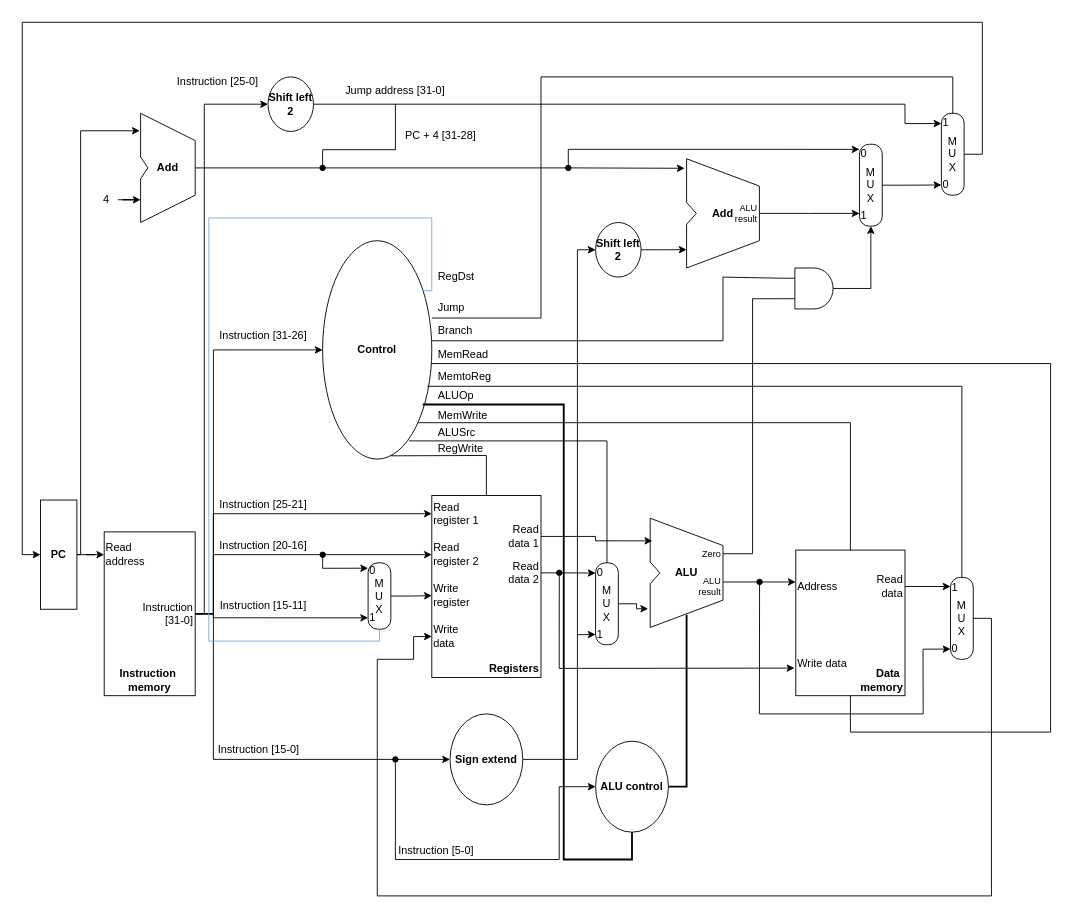
The draw.io diagram assets/Datapath.drawio in HokkeBokke/MIPS-Simulator, before the edit. Source tidied: cells renumbered, new cells numbered last; positions are measured from the earlier drawing's top-left corner, leaving out a move shared by most shapes. Both pictures are drawn from the tidied source at 91%, with x=0, y=0 at pixel (22, 22).
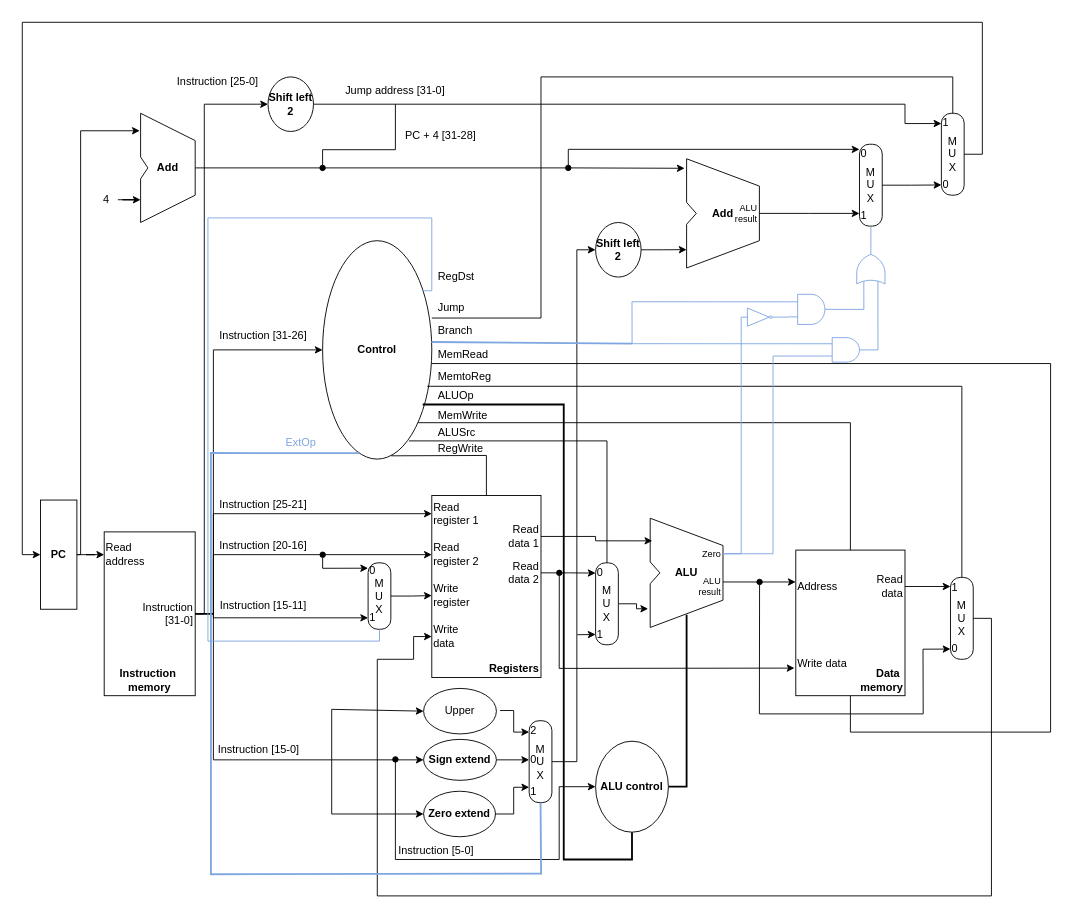
The same diagram, later.

The change refers to these unchanged cells:
```xml
<mxCell id="2" value="&lt;b&gt;Control&lt;/b&gt;" style="ellipse;whiteSpace=wrap;html=1;shapeInside=1;strokeColor=light-dark(#000000,#66B2FF);" parent="1" vertex="1">
  <mxGeometry x="330" y="240" width="120" height="240" as="geometry" />
</mxCell>
<mxCell id="24" value="&lt;font style=&quot;font-size: 10px;&quot;&gt;Zero&lt;/font&gt;" style="text;html=1;whiteSpace=wrap;strokeColor=none;fillColor=none;align=right;verticalAlign=middle;rounded=0;" parent="21" vertex="1">
  <mxGeometry x="20" y="24" width="60" height="30" as="geometry" />
</mxCell>
<mxCell id="52" value="&lt;div style=&quot;&quot;&gt;&lt;span style=&quot;background-color: transparent; color: light-dark(rgb(0, 0, 0), rgb(255, 255, 255));&quot;&gt;M&lt;/span&gt;&lt;/div&gt;&lt;div style=&quot;&quot;&gt;&lt;span style=&quot;background-color: transparent; color: light-dark(rgb(0, 0, 0), rgb(255, 255, 255));&quot;&gt;U&lt;/span&gt;&lt;/div&gt;&lt;div style=&quot;&quot;&gt;&lt;span style=&quot;background-color: transparent; color: light-dark(rgb(0, 0, 0), rgb(255, 255, 255));&quot;&gt;X&lt;/span&gt;&lt;/div&gt;" style="rounded=1;whiteSpace=wrap;html=1;arcSize=43;align=center;" parent="51" vertex="1">
  <mxGeometry width="25" height="73" as="geometry" />
</mxCell>
<mxCell id="75" value="&lt;b&gt;Shift left 2&lt;/b&gt;" style="ellipse;whiteSpace=wrap;html=1;shapeInside=1;" parent="1" vertex="1">
  <mxGeometry x="630" y="220" width="50" height="60" as="geometry" />
</mxCell>
<mxCell id="82" value="&lt;div style=&quot;&quot;&gt;&lt;span style=&quot;background-color: transparent; color: light-dark(rgb(0, 0, 0), rgb(255, 255, 255));&quot;&gt;M&lt;/span&gt;&lt;/div&gt;&lt;div style=&quot;&quot;&gt;&lt;span style=&quot;background-color: transparent; color: light-dark(rgb(0, 0, 0), rgb(255, 255, 255));&quot;&gt;U&lt;/span&gt;&lt;/div&gt;&lt;div style=&quot;&quot;&gt;&lt;span style=&quot;background-color: transparent; color: light-dark(rgb(0, 0, 0), rgb(255, 255, 255));&quot;&gt;X&lt;/span&gt;&lt;/div&gt;" style="rounded=1;whiteSpace=wrap;html=1;arcSize=43;align=center;" parent="81" vertex="1">
  <mxGeometry width="25" height="90" as="geometry" />
</mxCell>
```

Diff of the diagram source:
```diff
@@
-    <mxCell id="58" style="edgeStyle=orthogonalEdgeStyle;rounded=0;jettySize=auto;html=1;exitX=1;exitY=0.5;exitDx=0;exitDy=0;entryX=0;entryY=0.5;entryDx=0;entryDy=0;" parent="1" edge="1" source="59" target="75">
+    <mxCell id="58" style="edgeStyle=orthogonalEdgeStyle;rounded=0;jettySize=auto;html=1;entryX=0;entryY=0.5;entryDx=0;entryDy=0;exitX=1;exitY=0.5;exitDx=0;exitDy=0;" parent="1" edge="1" source="118" target="75">
       <mxGeometry relative="1" as="geometry">
         <Array as="points">
-          <mxPoint x="610" y="810" />
-          <mxPoint x="610" y="250" />
+          <mxPoint x="609.4" y="812.5" />
+          <mxPoint x="609.4" y="250" />
         </Array>
       </mxGeometry>
     </mxCell>
+    <mxCell id="116" style="edgeStyle=orthogonalEdgeStyle;rounded=0;jettySize=auto;html=1;exitX=1;exitY=0.5;exitDx=0;exitDy=0;entryX=0;entryY=0.5;entryDx=0;entryDy=0;" parent="1" edge="1" source="59" target="121">
+      <mxGeometry relative="1" as="geometry" />
+    </mxCell>
     <mxCell id="59" value="&lt;b&gt;Sign extend&lt;/b&gt;" style="ellipse;whiteSpace=wrap;html=1;shapeInside=1;" parent="1" vertex="1">
-      <mxGeometry x="470" y="760" width="80" height="100" as="geometry" />
+      <mxGeometry x="441" y="788" width="80" height="45" as="geometry" />
     </mxCell>
@@
-    <mxCell id="110" style="endArrow=none;html=1;rounded=0;strokeColor=light-dark(#000000,#7EA6E0);entryX=0;entryY=0.25;entryDx=0;entryDy=0;entryPerimeter=0;endFill=0;" parent="1" edge="1" target="113">
-      <mxGeometry relative="1" as="geometry">
-        <mxPoint x="450" y="350" as="sourcePoint" />
-        <Array as="points">
-          <mxPoint x="770" y="350" />
-          <mxPoint x="770" y="280" />
-        </Array>
-      </mxGeometry>
-    </mxCell>
@@
-    <mxCell id="112" style="edgeStyle=orthogonalEdgeStyle;rounded=0;jettySize=auto;html=1;exitX=1;exitY=0.5;exitDx=0;exitDy=0;exitPerimeter=0;entryX=0.5;entryY=1;entryDx=0;entryDy=0;strokeColor=light-dark(#000000,#7EA6E0);" parent="1" edge="1" source="113" target="82">
-      <mxGeometry relative="1" as="geometry" />
-    </mxCell>
-    <mxCell id="113" style="verticalLabelPosition=bottom;shadow=0;dashed=0;align=center;html=1;verticalAlign=top;shape=mxgraph.electrical.logic_gates.logic_gate;operation=and;strokeColor=light-dark(#000000,#7EA6E0);" parent="1" vertex="1">
-      <mxGeometry x="835" y="270" width="70" height="45" as="geometry" />
-    </mxCell>
-    <mxCell id="114" style="edgeStyle=orthogonalEdgeStyle;rounded=0;jettySize=auto;html=1;exitX=1;exitY=0.5;exitDx=0;exitDy=0;entryX=0;entryY=0.75;entryDx=0;entryDy=0;entryPerimeter=0;strokeColor=light-dark(#000000,#7EA6E0);endArrow=none;endFill=0;" parent="1" edge="1" source="24" target="113">
-      <mxGeometry relative="1" as="geometry" />
-    </mxCell>
     <mxCell id="115" style="endArrow=none;html=1;rounded=0;entryX=0.5;entryY=1;entryDx=0;entryDy=0;endFill=0;strokeColor=light-dark(#7EA6E0,#7EA6E0);" parent="1" edge="1" target="52">
       <mxGeometry relative="1" as="geometry">
         <mxPoint x="440" y="295" as="sourcePoint" />
         <Array as="points">
           <mxPoint x="450" y="295" />
           <mxPoint x="450" y="215" />
-          <mxPoint x="205" y="215" />
-          <mxPoint x="205" y="680" />
+          <mxPoint x="204" y="215" />
+          <mxPoint x="204" y="680" />
           <mxPoint x="295" y="680" />
           <mxPoint x="392.5" y="680" />
         </Array>
       </mxGeometry>
     </mxCell>
+    <mxCell id="117" style="group;" parent="1" vertex="1">
+      <mxGeometry x="557" y="767.5" width="25" height="86" as="geometry" />
+    </mxCell>
+    <mxCell id="118" value="&lt;div style=&quot;&quot;&gt;&lt;span style=&quot;background-color: transparent; color: light-dark(rgb(0, 0, 0), rgb(255, 255, 255));&quot;&gt;M&lt;/span&gt;&lt;/div&gt;&lt;div style=&quot;&quot;&gt;&lt;span style=&quot;background-color: transparent; color: light-dark(rgb(0, 0, 0), rgb(255, 255, 255));&quot;&gt;U&lt;/span&gt;&lt;/div&gt;&lt;div style=&quot;&quot;&gt;&lt;span style=&quot;background-color: transparent; color: light-dark(rgb(0, 0, 0), rgb(255, 255, 255));&quot;&gt;X&lt;/span&gt;&lt;/div&gt;" style="rounded=1;whiteSpace=wrap;html=1;arcSize=43;align=center;" parent="117" vertex="1">
+      <mxGeometry width="25" height="90" as="geometry" />
+    </mxCell>
+    <mxCell id="119" value="1" style="text;html=1;whiteSpace=wrap;strokeColor=none;fillColor=none;align=center;verticalAlign=middle;rounded=0;" parent="117" vertex="1">
+      <mxGeometry y="67.5" width="10" height="22.5" as="geometry" />
+    </mxCell>
+    <mxCell id="120" value="2" style="text;html=1;whiteSpace=wrap;strokeColor=none;fillColor=none;align=center;verticalAlign=middle;rounded=0;" parent="117" vertex="1">
+      <mxGeometry width="10" height="22.5" as="geometry" />
+    </mxCell>
+    <mxCell id="121" value="0" style="text;html=1;whiteSpace=wrap;strokeColor=none;fillColor=none;align=center;verticalAlign=middle;rounded=0;" parent="117" vertex="1">
+      <mxGeometry y="34.4" width="10" height="17.3" as="geometry" />
+    </mxCell>
+    <mxCell id="122" style="endArrow=classic;html=1;rounded=0;entryX=0;entryY=0.5;entryDx=0;entryDy=0;" parent="1" edge="1" target="125">
+      <mxGeometry relative="1" as="geometry">
+        <mxPoint x="340" y="810" as="sourcePoint" />
+        <Array as="points">
+          <mxPoint x="340" y="870" />
+        </Array>
+      </mxGeometry>
+    </mxCell>
+    <mxCell id="123" value="ExtOp" style="text;html=1;whiteSpace=wrap;strokeColor=none;fillColor=none;align=right;verticalAlign=middle;rounded=0;fontColor=light-dark(#7EA6E0,#7EA6E0);" parent="1" vertex="1">
+      <mxGeometry x="265" y="453" width="60" height="17.3" as="geometry" />
+    </mxCell>
+    <mxCell id="124" style="endArrow=none;html=1;rounded=0;entryX=0.5;entryY=1;entryDx=0;entryDy=0;strokeColor=light-dark(#7EA6E0,#7EA6E0);endFill=0;strokeWidth=2;exitX=0.334;exitY=0.973;exitDx=0;exitDy=0;exitPerimeter=0;" parent="1" edge="1" source="2" target="118">
+      <mxGeometry relative="1" as="geometry">
+        <Array as="points">
+          <mxPoint x="207.3" y="473.3" />
+          <mxPoint x="207.3" y="936.2" />
+          <mxPoint x="570.1" y="935.5" />
+        </Array>
+      </mxGeometry>
+    </mxCell>
+    <mxCell id="125" value="&lt;b&gt;Zero extend&lt;/b&gt;" style="ellipse;whiteSpace=wrap;html=1;shapeInside=1;" parent="1" vertex="1">
+      <mxGeometry x="441" y="845" width="79" height="50" as="geometry" />
+    </mxCell>
+    <mxCell id="126" style="edgeStyle=orthogonalEdgeStyle;rounded=0;jettySize=auto;html=1;entryX=0;entryY=0.25;entryDx=0;entryDy=0;" parent="1" edge="1" source="125" target="119">
+      <mxGeometry relative="1" as="geometry">
+        <Array as="points">
+          <mxPoint x="540" y="870" />
+          <mxPoint x="540" y="840.6" />
+        </Array>
+      </mxGeometry>
+    </mxCell>
+    <mxCell id="127" style="edgeStyle=orthogonalEdgeStyle;rounded=0;orthogonalLoop=1;jettySize=auto;html=1;exitX=1;exitY=0.5;exitDx=0;exitDy=0;entryX=0;entryY=0.5;entryDx=0;entryDy=0;" parent="1" edge="1">
+      <mxGeometry relative="1" as="geometry">
+        <mxPoint x="525" y="756.3" as="sourcePoint" />
+        <mxPoint x="557" y="780" as="targetPoint" />
+        <Array as="points">
+          <mxPoint x="540" y="756.3" />
+          <mxPoint x="540" y="780" />
+        </Array>
+      </mxGeometry>
+    </mxCell>
+    <mxCell id="128" value="&lt;div&gt;Upper&lt;/div&gt;" style="ellipse;whiteSpace=wrap;html=1;shapeInside=1;" parent="1" vertex="1">
+      <mxGeometry x="441" y="732" width="80" height="50" as="geometry" />
+    </mxCell>
+    <mxCell id="129" style="endArrow=classic;html=1;rounded=0;entryX=0;entryY=0.5;entryDx=0;entryDy=0;" parent="1" edge="1" target="128">
+      <mxGeometry relative="1" as="geometry">
+        <mxPoint x="340" y="810" as="sourcePoint" />
+        <Array as="points">
+          <mxPoint x="340" y="755" />
+        </Array>
+      </mxGeometry>
+    </mxCell>
+    <mxCell id="130" style="verticalLabelPosition=bottom;shadow=0;dashed=0;align=center;html=1;verticalAlign=top;shape=mxgraph.electrical.logic_gates.inverter_2;rotation=0;strokeColor=light-dark(#7EA6E0,#7EA6E0);" parent="1" vertex="1">
+      <mxGeometry x="790" y="314" width="40" height="20" as="geometry" />
+    </mxCell>
+    <mxCell id="131" style="edgeStyle=orthogonalEdgeStyle;rounded=0;jettySize=auto;html=1;exitX=1;exitY=0.5;exitDx=0;exitDy=0;entryX=0;entryY=0.5;entryDx=0;entryDy=0;entryPerimeter=0;endArrow=none;endFill=0;strokeColor=light-dark(#7EA6E0,#7EA6E0);" parent="1" edge="1" source="24" target="130">
+      <mxGeometry relative="1" as="geometry">
+        <Array as="points">
+          <mxPoint x="790" y="584" />
+        </Array>
+      </mxGeometry>
+    </mxCell>
+    <mxCell id="132" style="edgeStyle=orthogonalEdgeStyle;rounded=0;jettySize=auto;html=1;exitX=1;exitY=0.5;exitDx=0;exitDy=0;exitPerimeter=0;entryX=0.5;entryY=1;entryDx=0;entryDy=0;strokeWidth=1;endArrow=none;endFill=0;strokeColor=light-dark(#7EA6E0,#7EA6E0);" parent="1" edge="1" source="133" target="82">
+      <mxGeometry relative="1" as="geometry" />
+    </mxCell>
+    <mxCell id="133" style="verticalLabelPosition=bottom;shadow=0;dashed=0;align=center;html=1;verticalAlign=top;shape=mxgraph.electrical.logic_gates.logic_gate;operation=or;rotation=-90;strokeColor=light-dark(#7EA6E0,#7EA6E0);" parent="1" vertex="1">
+      <mxGeometry x="907.5" y="254.5" width="50" height="31" as="geometry" />
+    </mxCell>
+    <mxCell id="134" style="edgeStyle=orthogonalEdgeStyle;rounded=0;jettySize=auto;html=1;exitX=1;exitY=0.5;exitDx=0;exitDy=0;exitPerimeter=0;entryX=0;entryY=0.25;entryDx=0;entryDy=0;entryPerimeter=0;endArrow=none;endFill=0;strokeColor=light-dark(#7EA6E0,#7EA6E0);" parent="1" edge="1" source="135" target="133">
+      <mxGeometry relative="1" as="geometry" />
+    </mxCell>
+    <mxCell id="135" style="verticalLabelPosition=bottom;shadow=0;dashed=0;align=center;html=1;verticalAlign=top;shape=mxgraph.electrical.logic_gates.logic_gate;operation=and;strokeColor=light-dark(#7EA6E0,#7EA6E0);" parent="1" vertex="1">
+      <mxGeometry x="842" y="298.9" width="50" height="33.1" as="geometry" />
+    </mxCell>
+    <mxCell id="136" style="verticalLabelPosition=bottom;shadow=0;dashed=0;align=center;html=1;verticalAlign=top;shape=mxgraph.electrical.logic_gates.logic_gate;operation=and;strokeColor=light-dark(#7EA6E0,#7EA6E0);" parent="1" vertex="1">
+      <mxGeometry x="880" y="346.5" width="50" height="27" as="geometry" />
+    </mxCell>
+    <mxCell id="137" style="edgeStyle=orthogonalEdgeStyle;rounded=0;jettySize=auto;html=1;exitX=1;exitY=0.5;exitDx=0;exitDy=0;exitPerimeter=0;entryX=0;entryY=0.75;entryDx=0;entryDy=0;entryPerimeter=0;endArrow=none;endFill=0;strokeColor=light-dark(#7EA6E0,#7EA6E0);" parent="1" edge="1" source="130" target="135">
+      <mxGeometry relative="1" as="geometry" />
+    </mxCell>
+    <mxCell id="138" style="endArrow=none;html=1;rounded=0;exitX=0.996;exitY=0.464;exitDx=0;exitDy=0;exitPerimeter=0;strokeColor=light-dark(#7EA6E0,#7EA6E0);strokeWidth=2;" parent="1" edge="1" source="2">
+      <mxGeometry relative="1" as="geometry">
+        <mxPoint x="670" y="353.2" as="targetPoint" />
+      </mxGeometry>
+    </mxCell>
+    <mxCell id="139" style="edgeStyle=orthogonalEdgeStyle;rounded=0;jettySize=auto;html=1;exitX=1;exitY=0.5;exitDx=0;exitDy=0;entryX=0;entryY=0.75;entryDx=0;entryDy=0;entryPerimeter=0;endArrow=none;endFill=0;strokeColor=light-dark(#7EA6E0,#7EA6E0);" parent="1" edge="1" source="24" target="136">
+      <mxGeometry relative="1" as="geometry" />
+    </mxCell>
+    <mxCell id="140" style="edgeStyle=orthogonalEdgeStyle;rounded=0;jettySize=auto;html=1;exitX=1;exitY=0.5;exitDx=0;exitDy=0;exitPerimeter=0;entryX=0;entryY=0.75;entryDx=0;entryDy=0;entryPerimeter=0;endArrow=none;endFill=0;strokeColor=light-dark(#7EA6E0,#7EA6E0);" parent="1" edge="1" source="136" target="133">
+      <mxGeometry relative="1" as="geometry">
+        <Array as="points">
+          <mxPoint x="940.2" y="360" />
+        </Array>
+      </mxGeometry>
+    </mxCell>
+    <mxCell id="141" style="endArrow=none;html=1;rounded=0;entryX=0;entryY=0.25;entryDx=0;entryDy=0;entryPerimeter=0;strokeWidth=1;strokeColor=light-dark(#7EA6E0,#7EA6E0);" parent="1" edge="1" target="135">
+      <mxGeometry relative="1" as="geometry">
+        <mxPoint x="670.1" y="353.5" as="sourcePoint" />
+        <Array as="points">
+          <mxPoint x="670" y="307.1" />
+        </Array>
+      </mxGeometry>
+    </mxCell>
+    <mxCell id="142" style="endArrow=none;html=1;rounded=0;entryX=0;entryY=0.25;entryDx=0;entryDy=0;entryPerimeter=0;strokeColor=light-dark(#7EA6E0,#7EA6E0);" parent="1" edge="1" target="136">
+      <mxGeometry relative="1" as="geometry">
+        <mxPoint x="670" y="353.2" as="sourcePoint" />
+      </mxGeometry>
+    </mxCell>
```
